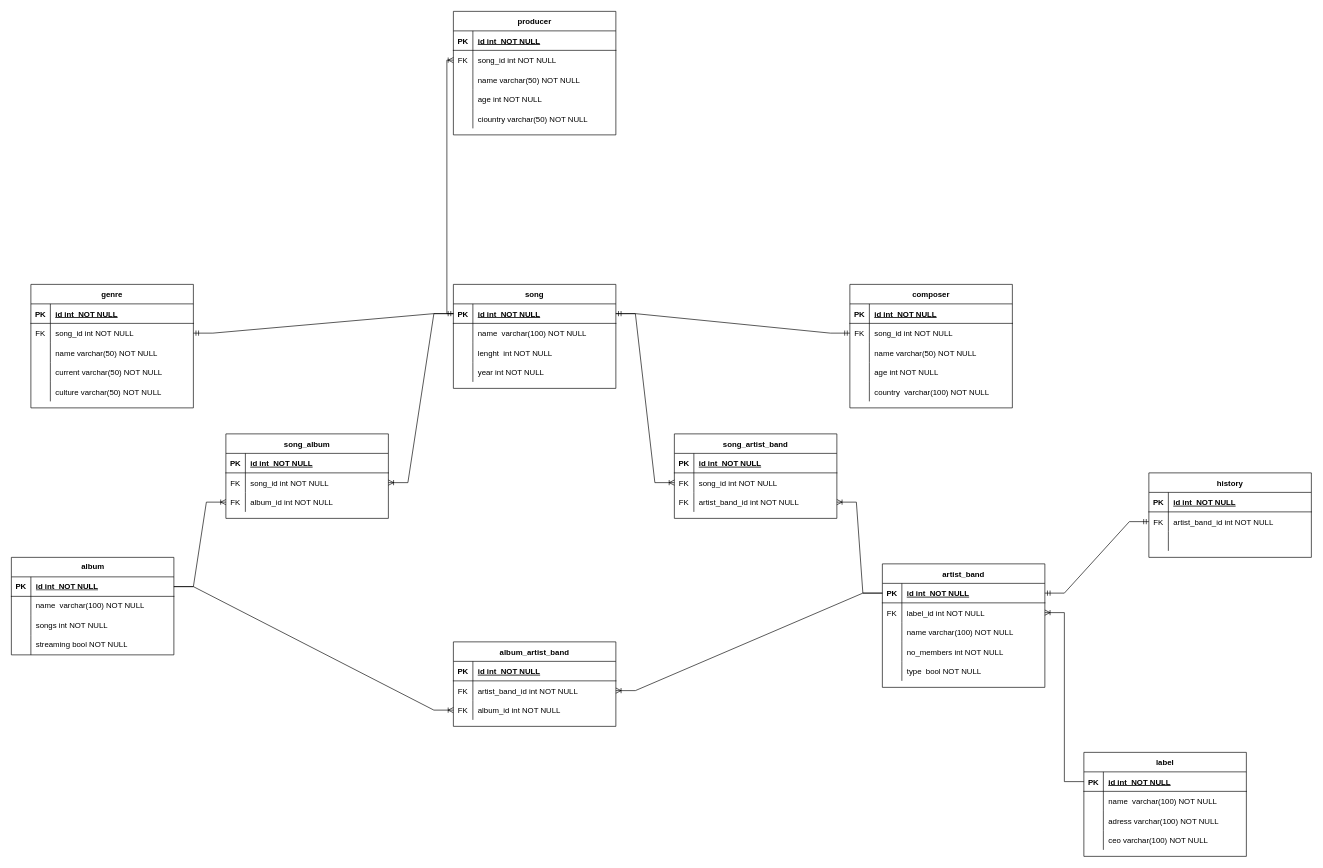
Above: model_conceptual.drawio in vitorjurj/examen_sem1_db (draw.io), before the change. Source tidied: cells renumbered, new cells numbered last; positions are measured from the earlier drawing's top-left corner, leaving out a move shared by most shapes. Both pictures are drawn from the tidied source at 65%, with x=0, y=0 at pixel (11, 11).
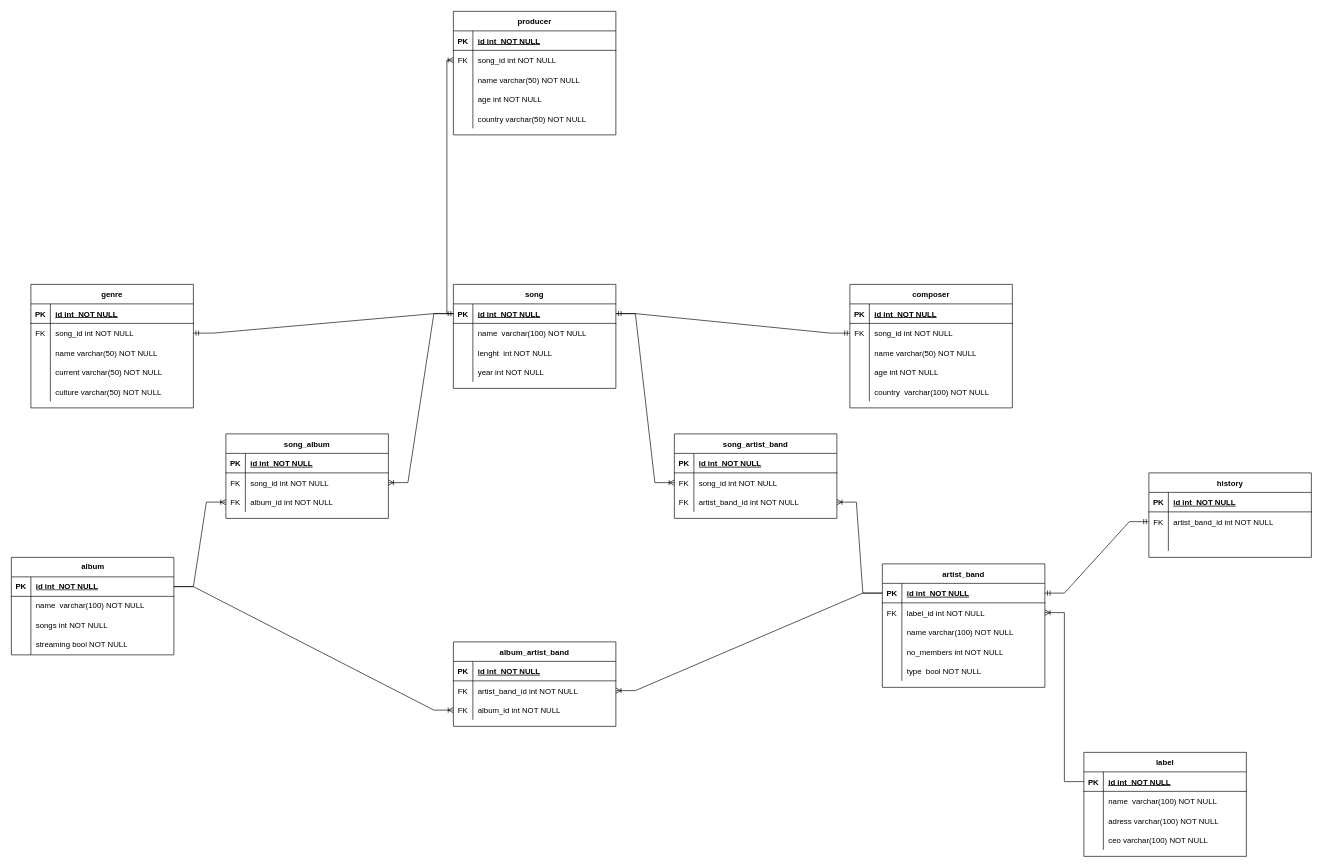
The same page after the edit.

The change refers to these unchanged cells:
```xml
<mxCell id="93" style="shape=partialRectangle;fillColor=none;top=0;left=0;right=0;bottom=0;" parent="80" vertex="1">
  <mxGeometry y="150" width="250" height="30" as="geometry" />
</mxCell>
```

Diff of the diagram source:
```diff
@@
-    <mxCell id="95" value="ciountry varchar(50) NOT NULL" style="shape=partialRectangle;overflow=hidden;fillColor=none;top=0;left=0;bottom=0;right=0;align=left;spacingLeft=6;" parent="93" vertex="1">
+    <mxCell id="95" value="country varchar(50) NOT NULL" style="shape=partialRectangle;overflow=hidden;fillColor=none;top=0;left=0;bottom=0;right=0;align=left;spacingLeft=6;" parent="93" vertex="1">
       <mxGeometry x="30" width="220" height="30" as="geometry" />
     </mxCell>
```
